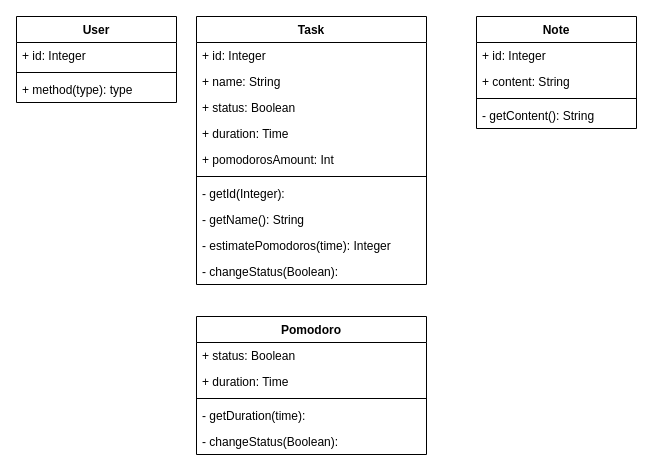
The draw.io diagram page "Page-1" (1 of 2) of docs/kronoz_class_diagram.drawio in CesarNav/kronoz, before the edit. Source tidied: cells renumbered, new cells numbered last; positions are measured from the earlier drawing's top-left corner, leaving out a move shared by most shapes. Both pictures are drawn from the tidied source at 100%, with x=0, y=0 at pixel (16, 16).
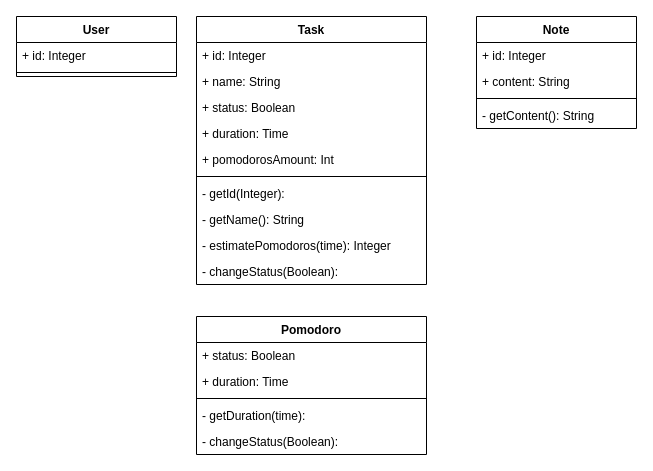
The same diagram, later.

Diff of the diagram source:
```diff
@@
     <mxCell id="2" value="User" style="swimlane;fontStyle=1;align=center;verticalAlign=top;horizontal=1;startSize=26;" parent="1" vertex="1">
-      <mxGeometry width="160" height="86" as="geometry" />
+      <mxGeometry width="160" height="60" as="geometry" />
     </mxCell>
@@
-    <mxCell id="5" value="+ method(type): type" style="text;strokeColor=none;fillColor=none;align=left;verticalAlign=top;spacingLeft=4;spacingRight=4;overflow=hidden;" parent="2" vertex="1">
-      <mxGeometry y="60" width="160" height="26" as="geometry" />
-    </mxCell>
```
